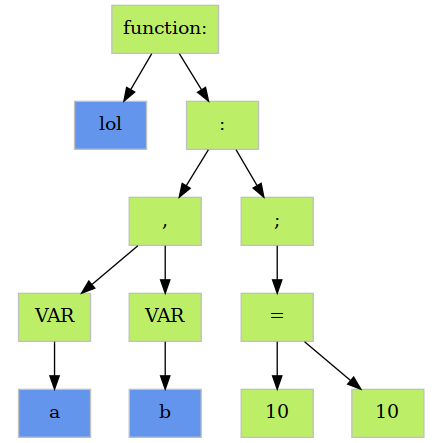
This is dump/LIST_DMP_№0.png from deGekata/L_and_D, a Graphviz export, as it was before one commit. Its source is kept beside it as dump/LIST_DMP_№0.dot.
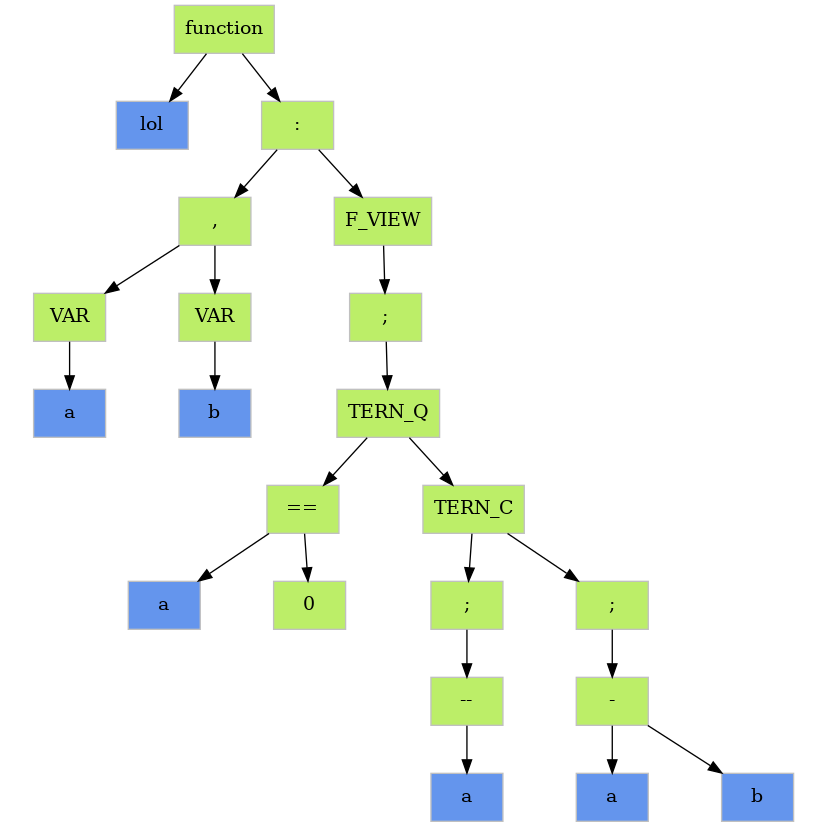
Above is the later version.

Change to the diagram source:
```diff
@@ -1,27 +1,47 @@
 digraph G{
    nodesep=0.1;
    ratio=1;
-   L94610917608016[label="function:", shape="rectangle", color="grey", thickness=4, fillcolor="darkolivegreen2" style=filled];
-    L94610917608016->L94610917608176[color="black"];
-    L94610917608016->L94610917609552[color="black"];
-   L94610917608176[label="lol", shape="rectangle", color="grey", thickness=4, fillcolor="cornflowerblue" style=filled];
-   L94610917609552[label=":", shape="rectangle", color="grey", thickness=4, fillcolor="darkolivegreen2" style=filled];
-    L94610917609552->L94610917608848[color="black"];
-    L94610917609552->L94610917609424[color="black"];
-   L94610917608848[label=",", shape="rectangle", color="grey", thickness=4, fillcolor="darkolivegreen2" style=filled];
-    L94610917608848->L94610917608528[color="black"];
-    L94610917608848->L94610917608976[color="black"];
-   L94610917608528[label="VAR", shape="rectangle", color="grey", thickness=4, fillcolor="darkolivegreen2" style=filled];
-    L94610917608528->L94610917608688[color="black"];
-   L94610917608688[label="a", shape="rectangle", color="grey", thickness=4, fillcolor="cornflowerblue" style=filled];
-   L94610917608976[label="VAR", shape="rectangle", color="grey", thickness=4, fillcolor="darkolivegreen2" style=filled];
-    L94610917608976->L94610917609072[color="black"];
-   L94610917609072[label="b", shape="rectangle", color="grey", thickness=4, fillcolor="cornflowerblue" style=filled];
-   L94610917609424[label=";", shape="rectangle", color="grey", thickness=4, fillcolor="darkolivegreen2" style=filled];
-    L94610917609424->L94610917609296[color="black"];
-   L94610917609296[label="=", shape="rectangle", color="grey", thickness=4, fillcolor="darkolivegreen2" style=filled];
-    L94610917609296->L94610917609232[color="black"];
-    L94610917609296->L94610917609360[color="black"];
-   L94610917609232[label="10", shape="rectangle", color="grey", thickness=4, fillcolor="darkolivegreen2" style=filled];
-   L94610917609360[label="10", shape="rectangle", color="grey", thickness=4, fillcolor="darkolivegreen2" style=filled];
+   L140737211525776[label="function", shape="rectangle", color="grey", thickness=4, fillcolor="darkolivegreen2" style=filled];
+    L140737211525776->L140737211525936[color="black"];
+    L140737211525776->L140737211528272[color="black"];
+   L140737211525936[label="lol", shape="rectangle", color="grey", thickness=4, fillcolor="cornflowerblue" style=filled];
+   L140737211528272[label=":", shape="rectangle", color="grey", thickness=4, fillcolor="darkolivegreen2" style=filled];
+    L140737211528272->L140737211526608[color="black"];
+    L140737211528272->L140737211528208[color="black"];
+   L140737211526608[label=",", shape="rectangle", color="grey", thickness=4, fillcolor="darkolivegreen2" style=filled];
+    L140737211526608->L140737211526288[color="black"];
+    L140737211526608->L140737211526736[color="black"];
+   L140737211526288[label="VAR", shape="rectangle", color="grey", thickness=4, fillcolor="darkolivegreen2" style=filled];
+    L140737211526288->L140737211526448[color="black"];
+   L140737211526448[label="a", shape="rectangle", color="grey", thickness=4, fillcolor="cornflowerblue" style=filled];
+   L140737211526736[label="VAR", shape="rectangle", color="grey", thickness=4, fillcolor="darkolivegreen2" style=filled];
+    L140737211526736->L140737211526832[color="black"];
+   L140737211526832[label="b", shape="rectangle", color="grey", thickness=4, fillcolor="cornflowerblue" style=filled];
+   L140737211528208[label="F_VIEW", shape="rectangle", color="grey", thickness=4, fillcolor="darkolivegreen2" style=filled];
+    L140737211528208->L140737211528080[color="black"];
+   L140737211528080[label=";", shape="rectangle", color="grey", thickness=4, fillcolor="darkolivegreen2" style=filled];
+    L140737211528080->L140737211526992[color="black"];
+   L140737211526992[label="TERN_Q", shape="rectangle", color="grey", thickness=4, fillcolor="darkolivegreen2" style=filled];
+    L140737211526992->L140737211527248[color="black"];
+    L140737211526992->L140737211527664[color="black"];
+   L140737211527248[label="==", shape="rectangle", color="grey", thickness=4, fillcolor="darkolivegreen2" style=filled];
+    L140737211527248->L140737211527152[color="black"];
+    L140737211527248->L140737211527312[color="black"];
+   L140737211527152[label="a", shape="rectangle", color="grey", thickness=4, fillcolor="cornflowerblue" style=filled];
+   L140737211527312[label="0", shape="rectangle", color="grey", thickness=4, fillcolor="darkolivegreen2" style=filled];
+   L140737211527664[label="TERN_C", shape="rectangle", color="grey", thickness=4, fillcolor="darkolivegreen2" style=filled];
+    L140737211527664->L140737211527600[color="black"];
+    L140737211527664->L140737211528016[color="black"];
+   L140737211527600[label=";", shape="rectangle", color="grey", thickness=4, fillcolor="darkolivegreen2" style=filled];
+    L140737211527600->L140737211527440[color="black"];
+   L140737211527440[label="--", shape="rectangle", color="grey", thickness=4, fillcolor="darkolivegreen2" style=filled];
+    L140737211527440->L140737211527504[color="black"];
+   L140737211527504[label="a", shape="rectangle", color="grey", thickness=4, fillcolor="cornflowerblue" style=filled];
+   L140737211528016[label=";", shape="rectangle", color="grey", thickness=4, fillcolor="darkolivegreen2" style=filled];
+    L140737211528016->L140737211527856[color="black"];
+   L140737211527856[label="-", shape="rectangle", color="grey", thickness=4, fillcolor="darkolivegreen2" style=filled];
+    L140737211527856->L140737211527760[color="black"];
+    L140737211527856->L140737211527920[color="black"];
+   L140737211527760[label="a", shape="rectangle", color="grey", thickness=4, fillcolor="cornflowerblue" style=filled];
+   L140737211527920[label="b", shape="rectangle", color="grey", thickness=4, fillcolor="cornflowerblue" style=filled];
 }
```
